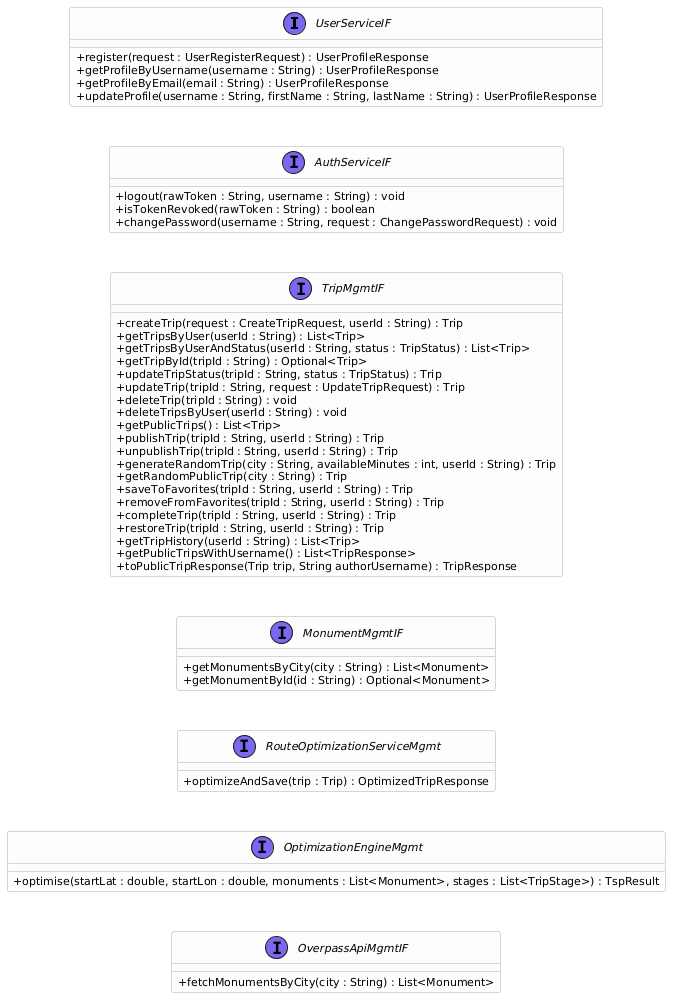
This is Iterazione2/Diagrammi/interfaceDiagram2.png from gpassarella2/PAC_project, a PlantUML export, as it was before one commit.
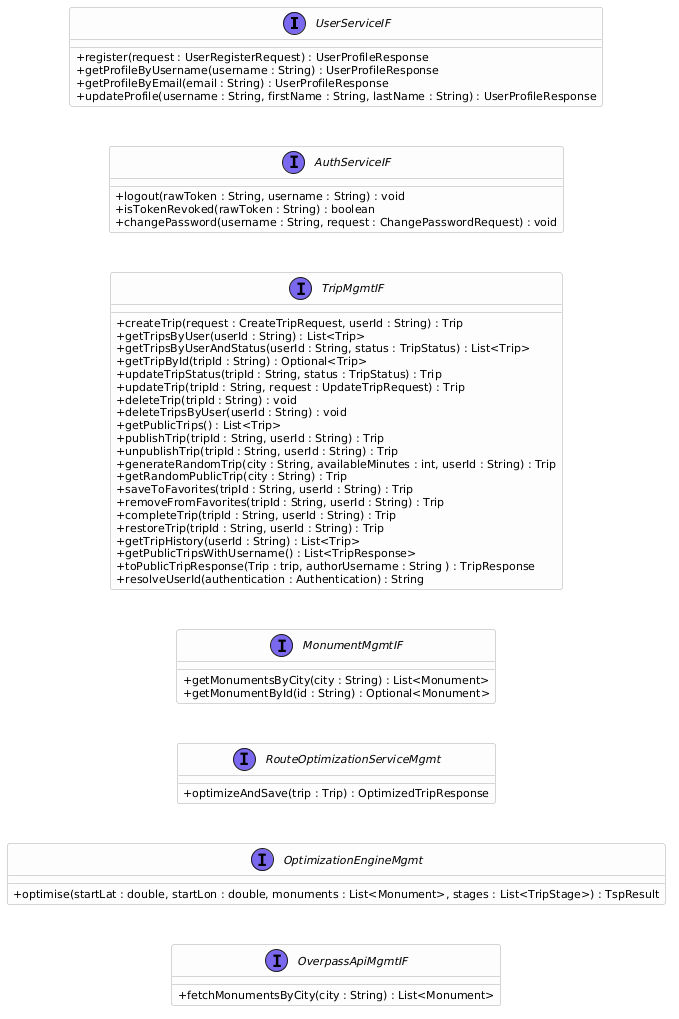
Later version of the same file.

Diff of the diagram source:
```diff
@@ -51,7 +51,8 @@
   + restoreTrip(tripId : String, userId : String) : Trip
   + getTripHistory(userId : String) : List<Trip>
   + getPublicTripsWithUsername() : List<TripResponse>
-  + toPublicTripResponse(Trip trip, String authorUsername) : TripResponse
+  + toPublicTripResponse(Trip : trip, authorUsername : String ) : TripResponse
+  + resolveUserId(authentication : Authentication) : String
 }
 
 interface MonumentMgmtIF {
```
